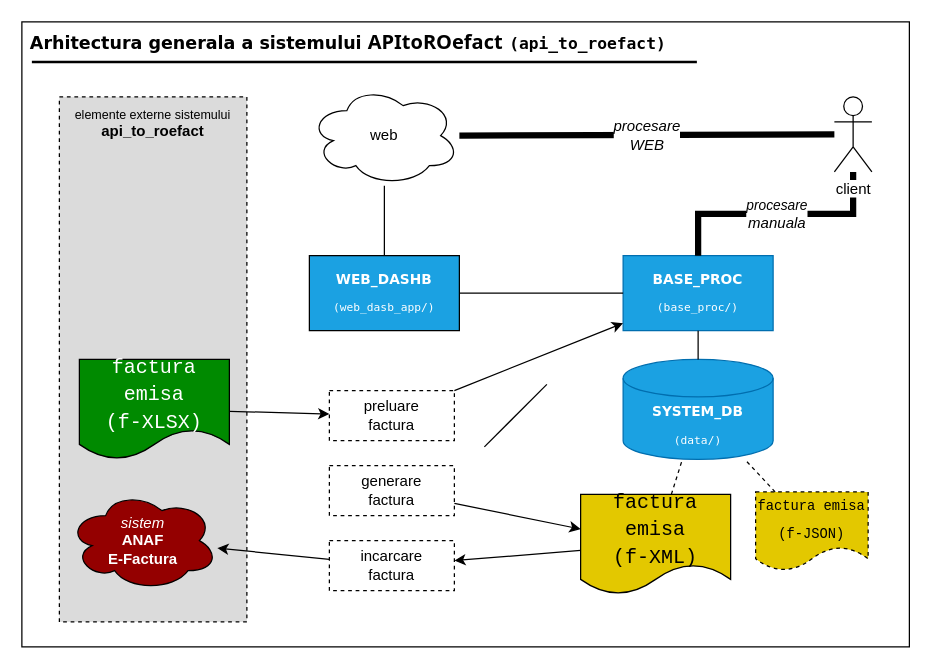
Before: doc_src/pictures/api_to_roefact_architecture.drawio in petre-renware/api_to_roefact, a draw.io diagram. Source tidied: cells renumbered, new cells numbered last; positions are measured from the earlier drawing's top-left corner, leaving out a move shared by most shapes. Both pictures are drawn from the tidied source at 125%, with x=0, y=0 at pixel (21, 21).
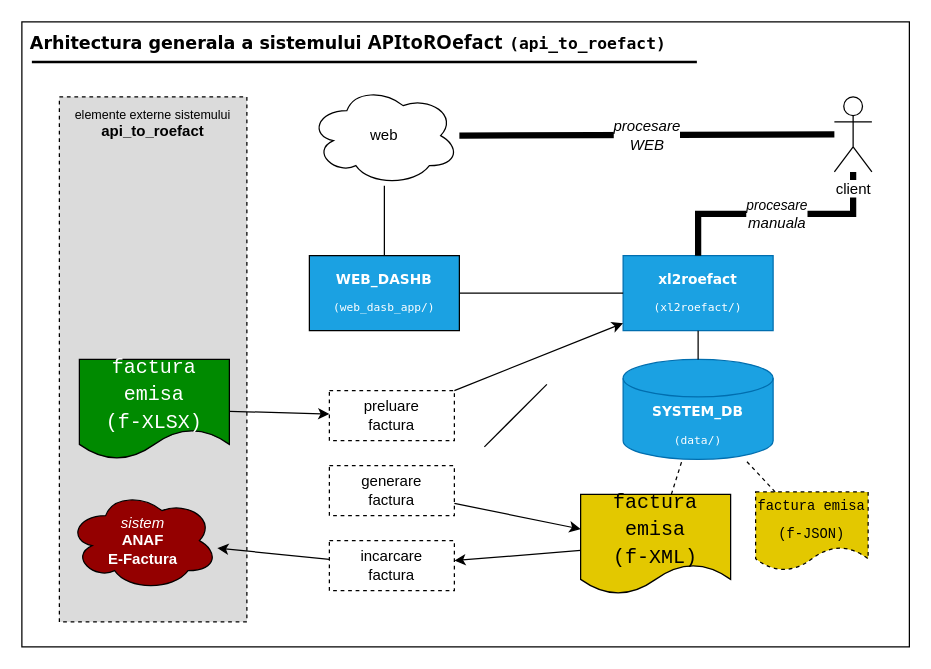
The same diagram, later.

What changed in the source:
```diff
@@
-    <mxCell id="4" value="&lt;div style=&quot;line-height: 22px;&quot;&gt;&lt;div style=&quot;font-size: 11px; line-height: 22px;&quot;&gt;BASE_PROC&lt;/div&gt;&lt;div style=&quot;line-height: 22px;&quot;&gt;&lt;span style=&quot;font-weight: normal;&quot;&gt;&lt;font style=&quot;font-size: 9px;&quot; face=&quot;Lucida Console&quot;&gt;(base_proc/)&lt;/font&gt;&lt;/span&gt;&lt;br&gt;&lt;/div&gt;&lt;/div&gt;" style="rounded=0;whiteSpace=wrap;html=1;fontFamily=Verdana;fontSize=11;fontStyle=1;fillColor=#1ba1e2;fontColor=#ffffff;strokeColor=#006EAF;labelBackgroundColor=none;" parent="1" vertex="1">
+    <mxCell id="4" value="&lt;div style=&quot;line-height: 22px;&quot;&gt;&lt;div style=&quot;font-size: 11px; line-height: 22px;&quot;&gt;xl2roefact&lt;/div&gt;&lt;div style=&quot;line-height: 22px;&quot;&gt;&lt;span style=&quot;font-weight: normal;&quot;&gt;&lt;font style=&quot;font-size: 9px;&quot; face=&quot;Lucida Console&quot;&gt;(xl2roefact/)&lt;/font&gt;&lt;/span&gt;&lt;br&gt;&lt;/div&gt;&lt;/div&gt;" style="rounded=0;whiteSpace=wrap;html=1;fontFamily=Verdana;fontSize=11;fontStyle=1;fillColor=#1ba1e2;fontColor=#ffffff;strokeColor=#006EAF;labelBackgroundColor=none;" parent="1" vertex="1">
       <mxGeometry x="481" y="187" width="120" height="60" as="geometry" />
     </mxCell>
```
